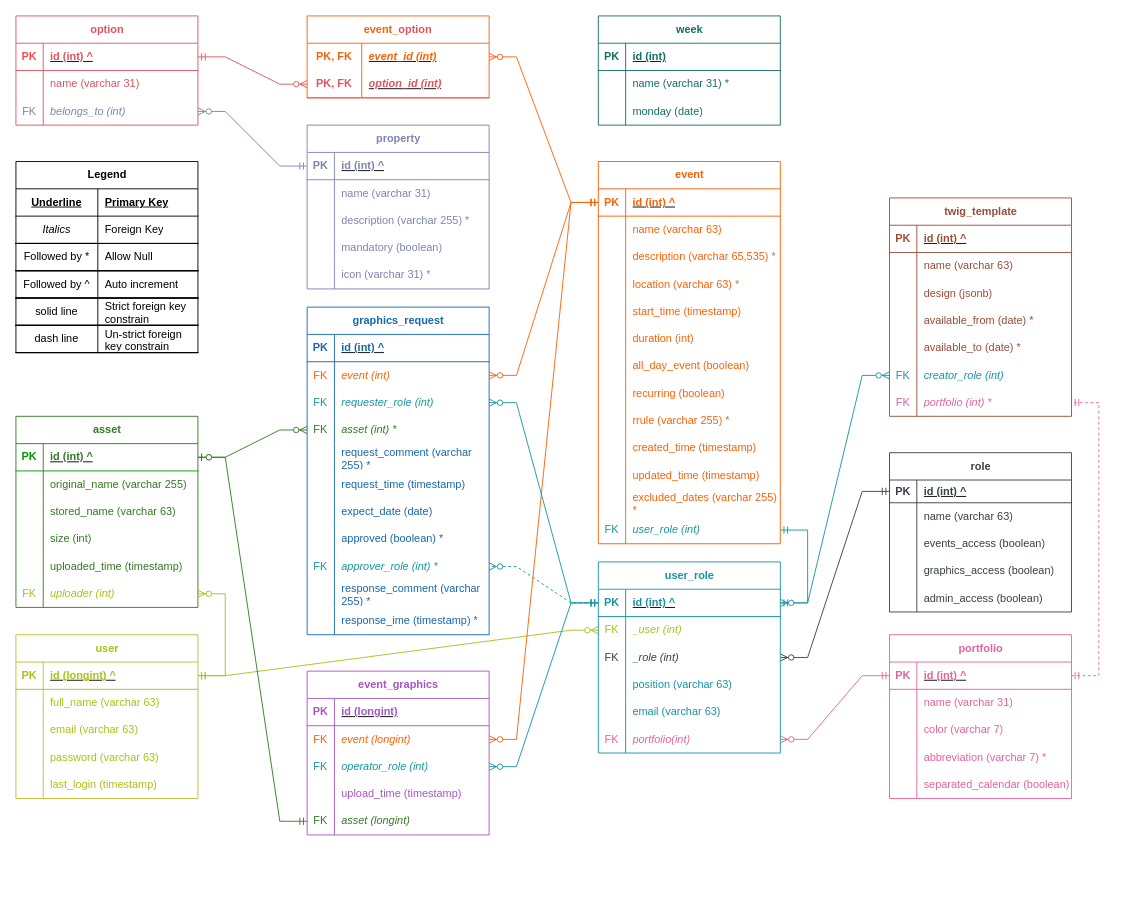
This is design/eTWIG.ER.drawio from stewebb/eTWIG, a draw.io file, before an edit. Source tidied: cells renumbered, new cells numbered last; positions are measured from the earlier drawing's top-left corner, leaving out a move shared by most shapes. Both pictures are drawn from the tidied source at 91%, with x=0, y=0 at pixel (15, 15).
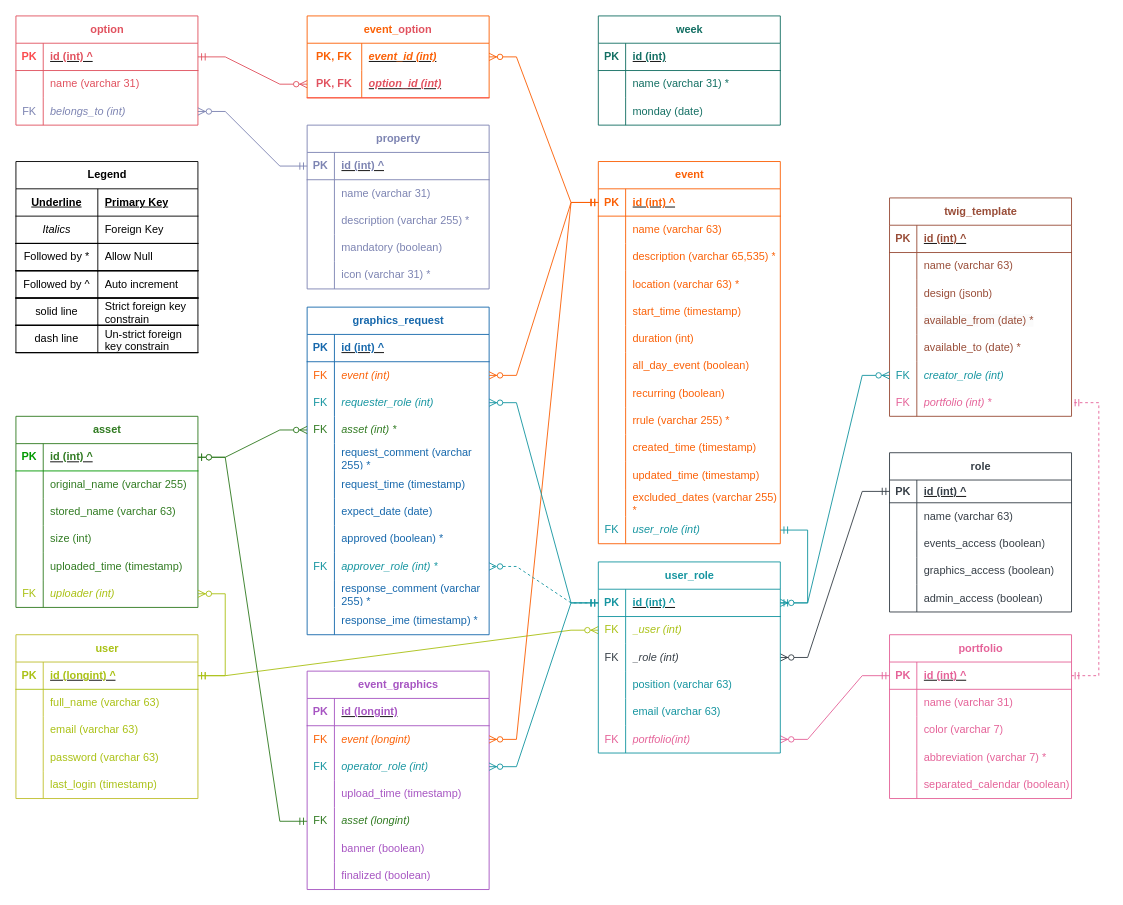
Above is the later version.

What changed in the source:
```diff
@@
     <mxCell id="157" value="&lt;font color=&quot;#a755c2&quot;&gt;event_graphics&lt;/font&gt;" style="shape=table;startSize=30;childLayout=tableLayout;rowLines=0;fontStyle=1;align=center;html=1;strokeColor=#A755C2;" parent="1" vertex="1">
-      <mxGeometry x="320" y="720" width="200" height="180" as="geometry" />
+      <mxGeometry x="320" y="720" width="200" height="240" as="geometry" />
     </mxCell>
@@
+    <mxCell id="279" style="shape=tableRow;horizontal=0;startSize=0;swimlaneHead=0;swimlaneBody=0;fillColor=none;top=0;left=0;right=0;bottom=0;" parent="157" vertex="1">
+      <mxGeometry y="180" width="200" height="30" as="geometry" />
+    </mxCell>
+    <mxCell id="280" style="shape=partialRectangle;fillColor=none;top=0;left=0;bottom=0;right=0;overflow=hidden;whiteSpace=wrap;html=1;" parent="279" vertex="1">
+      <mxGeometry width="30" height="30" as="geometry" />
+    </mxCell>
+    <mxCell id="281" value="&lt;font color=&quot;#a755c2&quot;&gt;banner (boolean)&lt;/font&gt;" style="shape=partialRectangle;fillColor=none;top=0;left=0;bottom=0;right=0;align=left;spacingLeft=6;overflow=hidden;whiteSpace=wrap;html=1;" parent="279" vertex="1">
+      <mxGeometry x="30" width="170" height="30" as="geometry" />
+    </mxCell>
+    <mxCell id="282" style="shape=tableRow;horizontal=0;startSize=0;swimlaneHead=0;swimlaneBody=0;fillColor=none;top=0;left=0;right=0;bottom=0;" parent="157" vertex="1">
+      <mxGeometry y="210" width="200" height="30" as="geometry" />
+    </mxCell>
+    <mxCell id="283" style="shape=partialRectangle;fillColor=none;top=0;left=0;bottom=0;right=0;overflow=hidden;whiteSpace=wrap;html=1;" parent="282" vertex="1">
+      <mxGeometry width="30" height="30" as="geometry" />
+    </mxCell>
+    <mxCell id="284" value="&lt;font color=&quot;#a755c2&quot;&gt;finalized (boolean)&lt;/font&gt;" style="shape=partialRectangle;fillColor=none;top=0;left=0;bottom=0;right=0;align=left;spacingLeft=6;overflow=hidden;whiteSpace=wrap;html=1;" parent="282" vertex="1">
+      <mxGeometry x="30" width="170" height="30" as="geometry" />
+    </mxCell>
```
